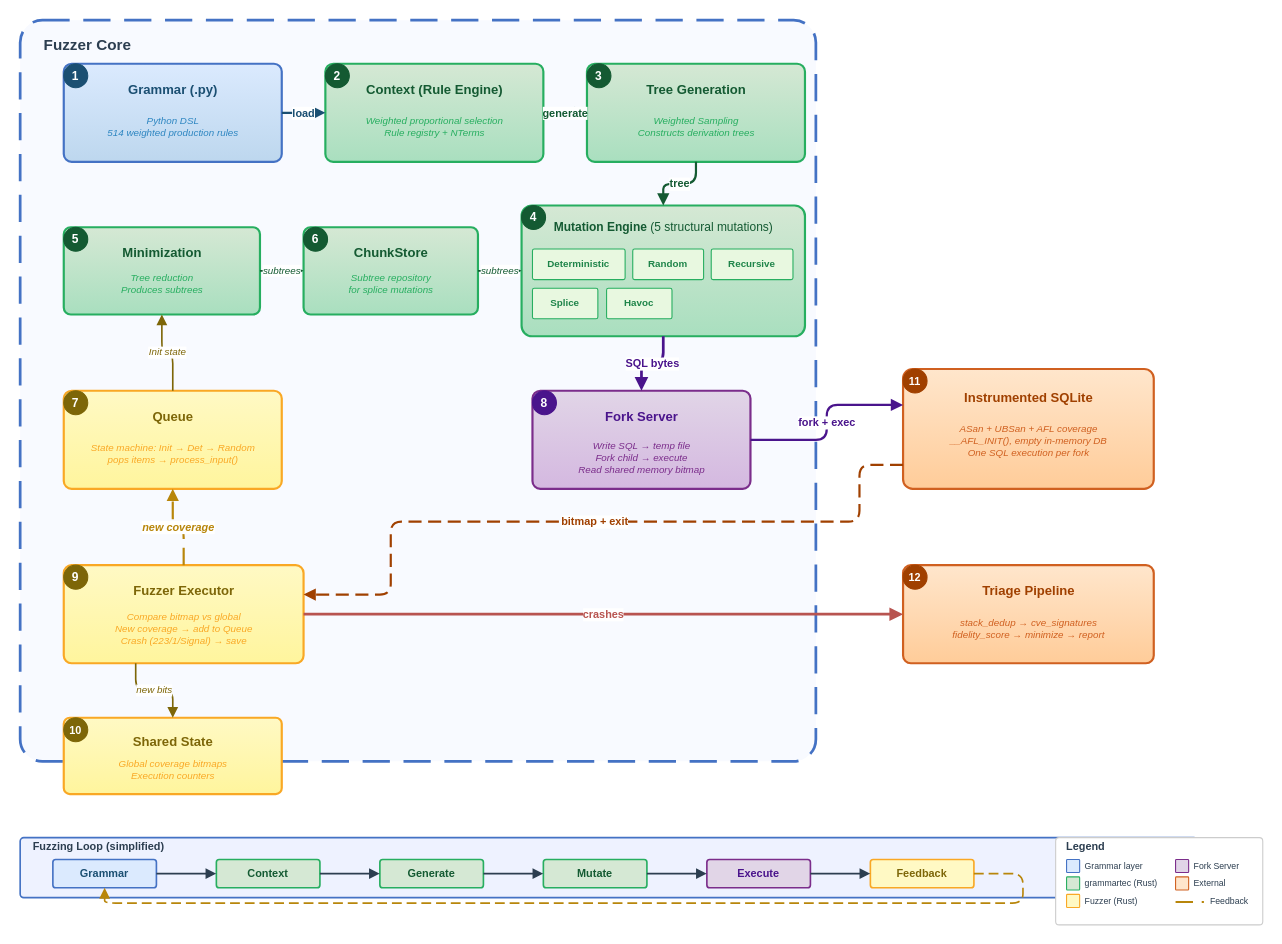
Above: docs/thesis/v2/figures/fig_3_1_architecture.drawio in KineBeo/dbms-nautilus (draw.io), before the change. Source tidied: cells renumbered, new cells numbered last; positions are measured from the earlier drawing's top-left corner, leaving out a move shared by most shapes. Both pictures are drawn from the tidied source at 109%, with x=0, y=0 at pixel (20, 20).
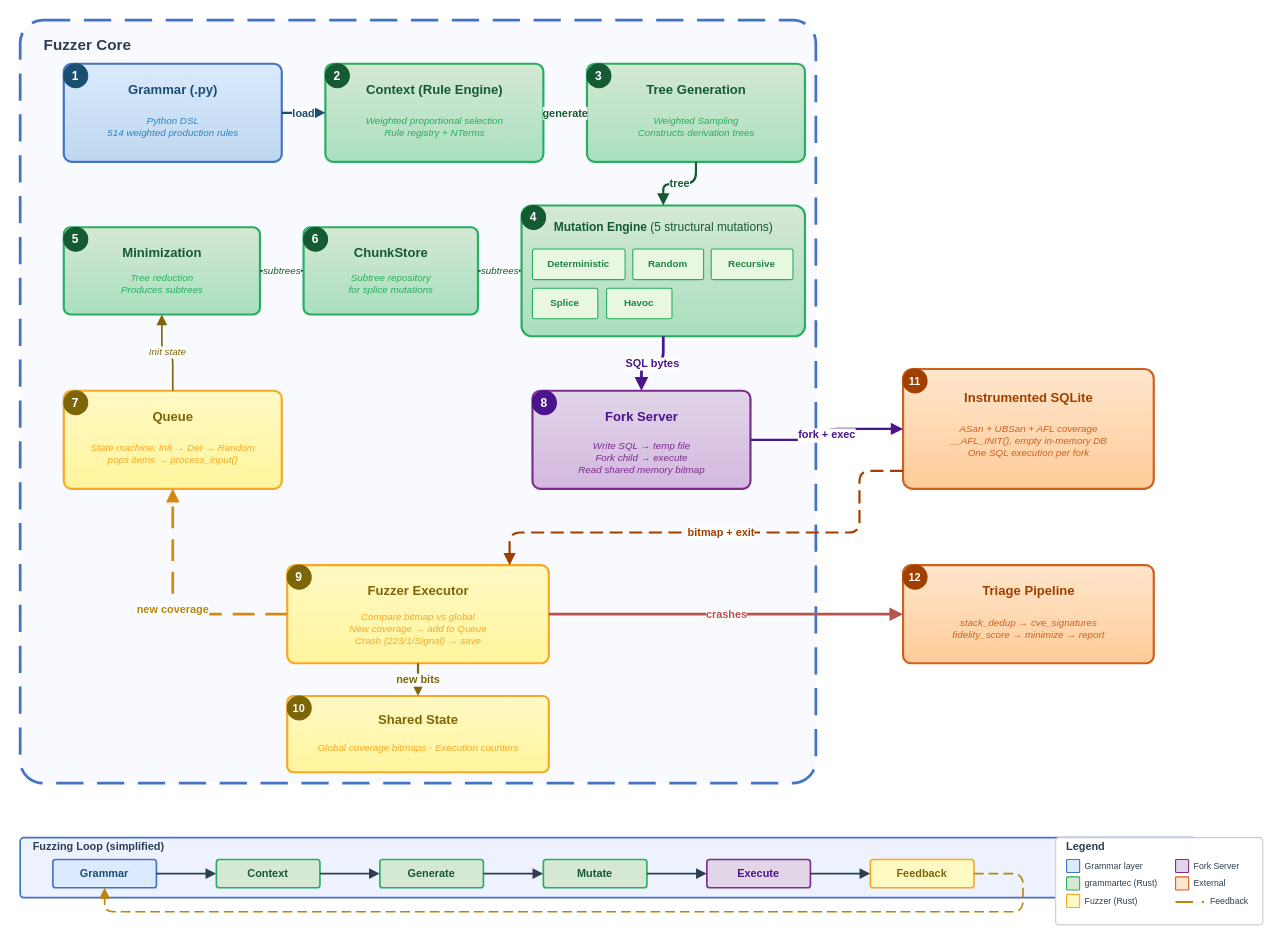
The same diagram, later.

Commit message (it also covers changes not shown here):
fix(thesis): finalize fig 3.1 architecture diagram — manually polished arrows

User manually fixed all arrow routing in draw.io for professional quality.
Clean L-shaped bitmap+exit path, no overlaps, compact layout.
Exported final PDF replaces fig_3_1_architecture.pdf for LaTeX inclusion.

Unchanged cells that the change refers to:
```xml
<mxCell id="31" style="rounded=1;whiteSpace=wrap;html=1;fillColor=#FFF9C4;strokeColor=#F9A825;strokeWidth=2;arcSize=8;gradientColor=#FFF59D;gradientDirection=south;" parent="1" vertex="1">
  <mxGeometry x="40" y="340" width="200" height="90" as="geometry" />
</mxCell>
<mxCell id="35" style="rounded=1;whiteSpace=wrap;html=1;fillColor=#E1D5E7;strokeColor=#7B2D8B;strokeWidth=2;arcSize=8;gradientColor=#D4B8E0;gradientDirection=south;" parent="1" vertex="1">
  <mxGeometry x="470" y="340" width="200" height="90" as="geometry" />
</mxCell>
<mxCell id="47" style="rounded=1;whiteSpace=wrap;html=1;fillColor=#FFE6CC;strokeColor=#D06020;strokeWidth=2;arcSize=8;gradientColor=#FFCC99;gradientDirection=south;" parent="1" vertex="1">
  <mxGeometry x="810" y="320" width="230" height="110" as="geometry" />
</mxCell>
<mxCell id="69" value="&lt;b&gt;Grammar&lt;/b&gt;" style="rounded=1;whiteSpace=wrap;html=1;fillColor=#DBEAFE;strokeColor=#4472C4;strokeWidth=1.5;arcSize=10;fontSize=10;fontColor=#1B4F72;" parent="1" vertex="1">
  <mxGeometry x="30" y="770" width="95" height="26" as="geometry" />
</mxCell>
<mxCell id="74" value="&lt;b&gt;Feedback&lt;/b&gt;" style="rounded=1;whiteSpace=wrap;html=1;fillColor=#FFF9C4;strokeColor=#F9A825;strokeWidth=1.5;arcSize=10;fontSize=10;fontColor=#7D6608;" parent="1" vertex="1">
  <mxGeometry x="780" y="770" width="95" height="26" as="geometry" />
</mxCell>
```

Diff of the diagram source:
```diff
@@
     <mxCell id="2" value="Fuzzer Core" style="rounded=1;whiteSpace=wrap;html=1;fillColor=#F8FAFF;strokeColor=#4472C4;strokeWidth=2.5;dashed=1;dashPattern=10 5;verticalAlign=top;fontSize=14;fontStyle=1;fontColor=#2C3E50;arcSize=3;labelPosition=center;align=left;spacingLeft=20;spacingTop=8;" parent="1" vertex="1">
-      <mxGeometry width="730" height="680" as="geometry" />
+      <mxGeometry width="730" height="700" as="geometry" />
     </mxCell>
@@
     <mxCell id="39" style="rounded=1;whiteSpace=wrap;html=1;fillColor=#FFF9C4;strokeColor=#F9A825;strokeWidth=2;arcSize=8;gradientColor=#FFF59D;gradientDirection=south;" parent="1" vertex="1">
-      <mxGeometry x="40" y="500" width="220" height="90" as="geometry" />
+      <mxGeometry x="245" y="500" width="240" height="90" as="geometry" />
     </mxCell>
     <mxCell id="40" value="9" style="ellipse;whiteSpace=wrap;html=1;fillColor=#7D6608;strokeColor=#7D6608;fontColor=#FFFFFF;fontSize=11;fontStyle=1;" parent="1" vertex="1">
-      <mxGeometry x="40" y="500" width="22" height="22" as="geometry" />
+      <mxGeometry x="245" y="500" width="22" height="22" as="geometry" />
     </mxCell>
     <mxCell id="41" value="&lt;b&gt;Fuzzer Executor&lt;/b&gt;" style="text;html=1;align=center;verticalAlign=middle;fontSize=12;fontColor=#7D6608;" parent="1" vertex="1">
-      <mxGeometry x="40" y="512" width="220" height="24" as="geometry" />
+      <mxGeometry x="245" y="512" width="240" height="24" as="geometry" />
     </mxCell>
     <mxCell id="42" value="Compare bitmap vs global&#10;New coverage → add to Queue&#10;Crash (223/1/Signal) → save" style="text;html=1;align=center;verticalAlign=middle;fontSize=9;fontColor=#F9A825;fontStyle=2;" parent="1" vertex="1">
-      <mxGeometry x="40" y="538" width="220" height="42" as="geometry" />
+      <mxGeometry x="245" y="538" width="240" height="42" as="geometry" />
     </mxCell>
     <mxCell id="43" style="rounded=1;whiteSpace=wrap;html=1;fillColor=#FFF9C4;strokeColor=#F9A825;strokeWidth=2;arcSize=8;gradientColor=#FFF59D;gradientDirection=south;" parent="1" vertex="1">
-      <mxGeometry x="40" y="640" width="200" height="70" as="geometry" />
+      <mxGeometry x="245" y="620" width="240" height="70" as="geometry" />
     </mxCell>
     <mxCell id="44" value="10" style="ellipse;whiteSpace=wrap;html=1;fillColor=#7D6608;strokeColor=#7D6608;fontColor=#FFFFFF;fontSize=10;fontStyle=1;" parent="1" vertex="1">
-      <mxGeometry x="40" y="640" width="22" height="22" as="geometry" />
+      <mxGeometry x="245" y="620" width="22" height="22" as="geometry" />
     </mxCell>
     <mxCell id="45" value="&lt;b&gt;Shared State&lt;/b&gt;" style="text;html=1;align=center;verticalAlign=middle;fontSize=12;fontColor=#7D6608;" parent="1" vertex="1">
-      <mxGeometry x="40" y="650" width="200" height="24" as="geometry" />
+      <mxGeometry x="245" y="630" width="240" height="24" as="geometry" />
     </mxCell>
-    <mxCell id="46" value="Global coverage bitmaps&#10;Execution counters" style="text;html=1;align=center;verticalAlign=middle;fontSize=9;fontColor=#F9A825;fontStyle=2;" parent="1" vertex="1">
-      <mxGeometry x="40" y="674" width="200" height="28" as="geometry" />
+    <mxCell id="46" value="Global coverage bitmaps · Execution counters" style="text;html=1;align=center;verticalAlign=middle;fontSize=9;fontColor=#F9A825;fontStyle=2;" parent="1" vertex="1">
+      <mxGeometry x="245" y="654" width="240" height="28" as="geometry" />
     </mxCell>
@@
-    <mxCell id="62" value="fork + exec" style="edgeStyle=orthogonalEdgeStyle;rounded=1;html=1;exitX=1;exitY=0.5;exitDx=0;exitDy=0;entryX=0;entryY=0.3;entryDx=0;entryDy=0;strokeColor=#4A148C;strokeWidth=2;fontSize=10;fontStyle=1;fontColor=#4A148C;endArrow=block;endFill=1;jettySize=auto;" parent="1" edge="1" source="35" target="47">
+    <mxCell id="62" value="fork + exec" style="edgeStyle=orthogonalEdgeStyle;rounded=1;html=1;exitX=1;exitY=0.5;exitDx=0;exitDy=0;entryX=0;entryY=0.5;entryDx=0;entryDy=0;strokeColor=#4A148C;strokeWidth=2;fontSize=10;fontStyle=1;fontColor=#4A148C;endArrow=block;endFill=1;jettySize=auto;" parent="1" edge="1" source="35" target="47">
       <mxGeometry relative="1" as="geometry" />
     </mxCell>
-    <mxCell id="63" value="bitmap + exit" style="edgeStyle=orthogonalEdgeStyle;rounded=1;html=1;exitX=0;exitY=0.8;exitDx=0;exitDy=0;entryX=1;entryY=0.3;entryDx=0;entryDy=0;strokeColor=#A04000;strokeWidth=2;fontSize=10;fontStyle=1;fontColor=#A04000;endArrow=block;endFill=1;dashed=1;dashPattern=6 3;jettySize=auto;" parent="1" edge="1" source="47" target="39">
+    <mxCell id="63" value="bitmap + exit" style="edgeStyle=orthogonalEdgeStyle;rounded=1;html=1;exitX=0;exitY=0.85;exitDx=0;exitDy=0;entryX=0.85;entryY=0;entryDx=0;entryDy=0;strokeColor=#A04000;strokeWidth=2;fontSize=10;fontStyle=1;fontColor=#A04000;endArrow=block;endFill=1;dashed=1;dashPattern=6 3;jettySize=auto;" parent="1" edge="1" source="47" target="39">
       <mxGeometry relative="1" as="geometry">
         <Array as="points">
-          <mxPoint x="770" y="408" />
-          <mxPoint x="770" y="460" />
-          <mxPoint x="340" y="460" />
-          <mxPoint x="340" y="527" />
+          <mxPoint x="770" y="413" />
+          <mxPoint x="770" y="470" />
+          <mxPoint x="449" y="470" />
         </Array>
       </mxGeometry>
     </mxCell>
-    <mxCell id="64" value="new coverage" style="edgeStyle=orthogonalEdgeStyle;rounded=1;html=1;exitX=0.5;exitY=0;exitDx=0;exitDy=0;entryX=0.5;entryY=1;entryDx=0;entryDy=0;strokeColor=#B8860B;strokeWidth=2;fontSize=10;fontStyle=3;fontColor=#B8860B;endArrow=block;endFill=1;dashed=1;dashPattern=8 4;jettySize=auto;" parent="1" edge="1" source="39" target="31">
-      <mxGeometry relative="1" as="geometry" />
+    <mxCell id="64" value="new coverage" style="edgeStyle=orthogonalEdgeStyle;rounded=1;html=1;exitX=0;exitY=0.5;exitDx=0;exitDy=0;entryX=0.5;entryY=1;entryDx=0;entryDy=0;strokeColor=#D68910;strokeWidth=2.5;fontSize=10;fontStyle=1;fontColor=#B8860B;endArrow=block;endFill=1;dashed=1;dashPattern=8 4;jettySize=auto;" parent="1" edge="1" source="39" target="31">
+      <mxGeometry relative="1" as="geometry">
+        <Array as="points">
+          <mxPoint x="140" y="545" />
+        </Array>
+      </mxGeometry>
     </mxCell>
-    <mxCell id="65" value="new bits" style="edgeStyle=orthogonalEdgeStyle;rounded=1;html=1;exitX=0.3;exitY=1;exitDx=0;exitDy=0;entryX=0.5;entryY=0;entryDx=0;entryDy=0;strokeColor=#7D6608;strokeWidth=1.5;fontSize=9;fontStyle=2;fontColor=#7D6608;endArrow=block;endFill=1;jettySize=auto;" parent="1" edge="1" source="39" target="43">
+    <mxCell id="65" value="new bits" style="edgeStyle=orthogonalEdgeStyle;rounded=1;html=1;exitX=0.5;exitY=1;exitDx=0;exitDy=0;entryX=0.5;entryY=0;entryDx=0;entryDy=0;strokeColor=#7D6608;strokeWidth=2;fontSize=10;fontStyle=1;fontColor=#7D6608;endArrow=block;endFill=1;jettySize=auto;" parent="1" edge="1" source="39" target="43">
       <mxGeometry relative="1" as="geometry" />
     </mxCell>
@@
     <mxCell id="80" style="edgeStyle=orthogonalEdgeStyle;rounded=1;html=1;exitX=1;exitY=0.5;entryX=0.5;entryY=1;strokeColor=#B8860B;strokeWidth=1.5;endArrow=block;endFill=1;dashed=1;dashPattern=6 3;" parent="1" edge="1" source="74" target="69">
       <mxGeometry relative="1" as="geometry">
         <Array as="points">
           <mxPoint x="920" y="783" />
-          <mxPoint x="920" y="810" />
-          <mxPoint x="78" y="810" />
+          <mxPoint x="920" y="818" />
+          <mxPoint x="78" y="818" />
         </Array>
       </mxGeometry>
     </mxCell>
```
